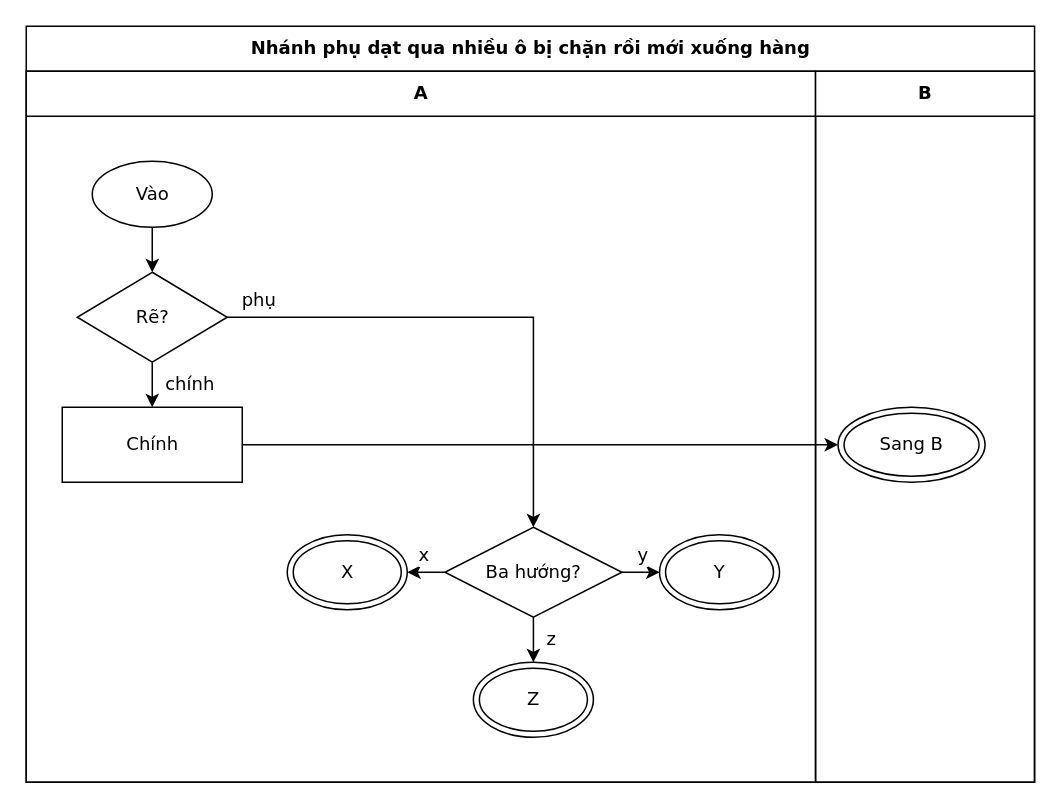
luytbq/flowcast keeps this draw.io diagram as conformance/golden/optimize/cases-45-place-side-shift-blocked.drawio. Above is the earlier version. Source tidied: cells renumbered, new cells numbered last; positions are measured from the earlier drawing's top-left corner, leaving out a move shared by most shapes. Both pictures are drawn from the tidied source at 150%, with x=0, y=0 at pixel (26, 26).
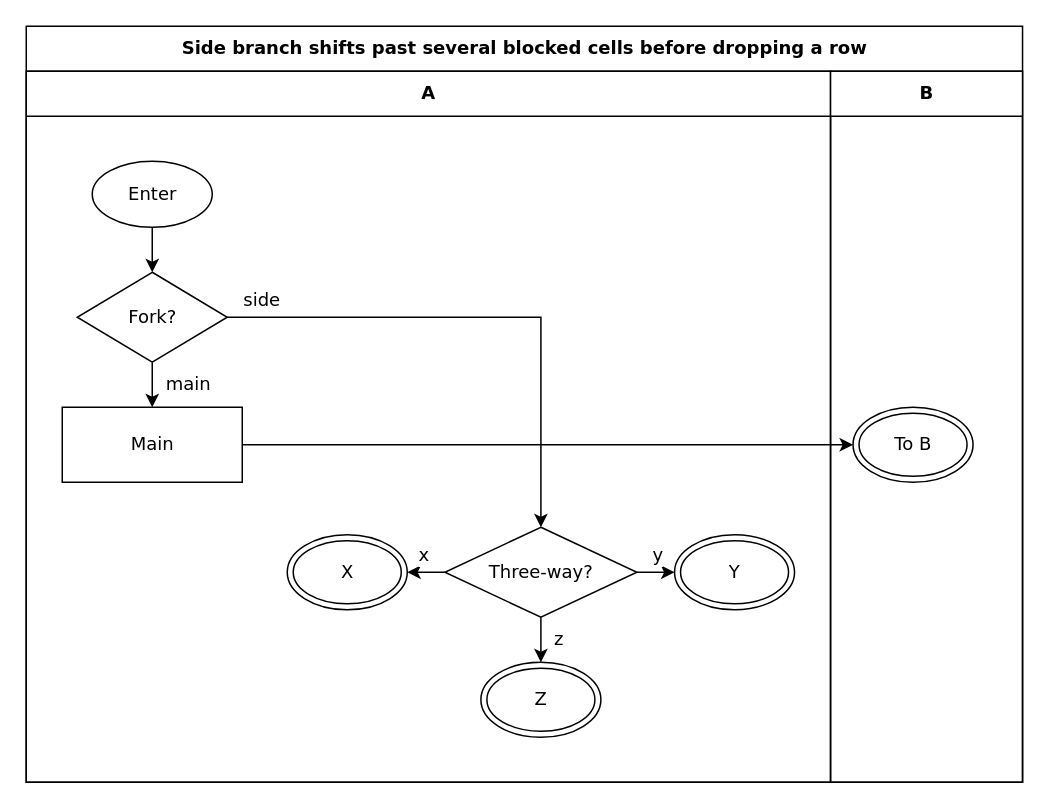
The same diagram, later.

Diff of the diagram source:
```diff
@@
-    <mxCell id="2" value="Nhánh phụ dạt qua nhiều ô bị chặn rồi mới xuống hàng" style="swimlane;html=1;startSize=30;fontStyle=1;fontFamily=Verdana;fontSize=12;flowtable=1;" parent="1" vertex="1">
-      <mxGeometry width="672.2" height="504" as="geometry" />
+    <mxCell id="2" value="Side branch shifts past several blocked cells before dropping a row" style="swimlane;html=1;startSize=30;fontStyle=1;fontFamily=Verdana;fontSize=12;flowtable=1;" parent="1" vertex="1">
+      <mxGeometry width="664.2" height="504" as="geometry" />
     </mxCell>
     <mxCell id="3" value="A" style="swimlane;html=1;startSize=30;fontFamily=Verdana;fontSize=12;flowtable=1;" parent="2" vertex="1">
-      <mxGeometry y="30" width="526.2" height="474" as="geometry" />
+      <mxGeometry y="30" width="536.2" height="474" as="geometry" />
     </mxCell>
     <mxCell id="4" value="B" style="swimlane;html=1;startSize=30;fontFamily=Verdana;fontSize=12;flowtable=1;" parent="2" vertex="1">
-      <mxGeometry x="526.2" y="30" width="146" height="474" as="geometry" />
+      <mxGeometry x="536.2" y="30" width="128" height="474" as="geometry" />
     </mxCell>
-    <mxCell id="5" value="Vào" style="ellipse;html=1;fontFamily=Verdana;fontSize=12;flowtable=1;" parent="3" vertex="1">
+    <mxCell id="5" value="Enter" style="ellipse;html=1;fontFamily=Verdana;fontSize=12;flowtable=1;" parent="3" vertex="1">
       <mxGeometry x="44" y="60" width="80" height="44" as="geometry" />
     </mxCell>
-    <mxCell id="6" value="Rẽ?" style="rhombus;html=1;fontFamily=Verdana;fontSize=12;flowtable=1;" parent="3" vertex="1">
+    <mxCell id="6" value="Fork?" style="rhombus;html=1;fontFamily=Verdana;fontSize=12;flowtable=1;" parent="3" vertex="1">
       <mxGeometry x="34" y="134" width="100" height="60" as="geometry" />
     </mxCell>
-    <mxCell id="7" value="Chính" style="rounded=0;html=1;fontFamily=Verdana;fontSize=12;flowtable=1;" parent="3" vertex="1">
+    <mxCell id="7" value="Main" style="rounded=0;html=1;fontFamily=Verdana;fontSize=12;flowtable=1;" parent="3" vertex="1">
       <mxGeometry x="24" y="224" width="120" height="50" as="geometry" />
     </mxCell>
-    <mxCell id="8" value="Sang B" style="shape=doubleEllipse;html=1;fontFamily=Verdana;fontSize=12;flowtable=1;" parent="4" vertex="1">
-      <mxGeometry x="15" y="224" width="98" height="50" as="geometry" />
+    <mxCell id="8" value="To B" style="shape=doubleEllipse;html=1;fontFamily=Verdana;fontSize=12;flowtable=1;" parent="4" vertex="1">
+      <mxGeometry x="15" y="224" width="80" height="50" as="geometry" />
     </mxCell>
-    <mxCell id="9" value="Ba hướng?" style="rhombus;html=1;fontFamily=Verdana;fontSize=12;flowtable=1;" parent="3" vertex="1">
-      <mxGeometry x="279.1" y="304" width="118" height="60" as="geometry" />
+    <mxCell id="9" value="Three-way?" style="rhombus;html=1;fontFamily=Verdana;fontSize=12;flowtable=1;" parent="3" vertex="1">
+      <mxGeometry x="279.1" y="304" width="128" height="60" as="geometry" />
     </mxCell>
@@
     <mxCell id="11" value="Y" style="shape=doubleEllipse;html=1;fontFamily=Verdana;fontSize=12;flowtable=1;" parent="3" vertex="1">
-      <mxGeometry x="422.2" y="309" width="80" height="50" as="geometry" />
+      <mxGeometry x="432.2" y="309" width="80" height="50" as="geometry" />
     </mxCell>
     <mxCell id="12" value="Z" style="shape=doubleEllipse;html=1;fontFamily=Verdana;fontSize=12;flowtable=1;" parent="3" vertex="1">
-      <mxGeometry x="298.1" y="394" width="80" height="50" as="geometry" />
+      <mxGeometry x="303.1" y="394" width="80" height="50" as="geometry" />
     </mxCell>
@@
-    <mxCell id="14" value="phụ" style="edgeStyle=orthogonalEdgeStyle;rounded=0;jettySize=auto;html=1;labelBackgroundColor=default;exitX=1;exitY=0.5;exitDx=0;exitDy=0;entryX=0.5;entryY=0;entryDx=0;entryDy=0;fontFamily=Verdana;fontSize=12;flowtable=1;" parent="2" edge="1" source="6" target="9">
-      <mxGeometry x="-0.88" relative="1" as="geometry">
+    <mxCell id="14" value="side" style="edgeStyle=orthogonalEdgeStyle;rounded=0;jettySize=auto;html=1;labelBackgroundColor=default;exitX=1;exitY=0.5;exitDx=0;exitDy=0;entryX=0.5;entryY=0;entryDx=0;entryDy=0;fontFamily=Verdana;fontSize=12;flowtable=1;" parent="2" edge="1" source="6" target="9">
+      <mxGeometry x="-0.87" relative="1" as="geometry">
         <Array as="points">
-          <mxPoint x="338.1" y="194" />
+          <mxPoint x="343.1" y="194" />
         </Array>
         <mxPoint y="-11.5" as="offset" />
       </mxGeometry>
     </mxCell>
-    <mxCell id="15" value="chính" style="edgeStyle=orthogonalEdgeStyle;rounded=0;jettySize=auto;html=1;labelBackgroundColor=default;exitX=0.5;exitY=1;exitDx=0;exitDy=0;entryX=0.5;entryY=0;entryDx=0;entryDy=0;fontFamily=Verdana;fontSize=12;flowtable=1;" parent="2" edge="1" source="6" target="7">
+    <mxCell id="15" value="main" style="edgeStyle=orthogonalEdgeStyle;rounded=0;jettySize=auto;html=1;labelBackgroundColor=default;exitX=0.5;exitY=1;exitDx=0;exitDy=0;entryX=0.5;entryY=0;entryDx=0;entryDy=0;fontFamily=Verdana;fontSize=12;flowtable=1;" parent="2" edge="1" source="6" target="7">
       <mxGeometry x="-0.03" relative="1" as="geometry">
-        <mxPoint x="25.2" as="offset" />
+        <mxPoint x="23.9" as="offset" />
       </mxGeometry>
     </mxCell>
```
